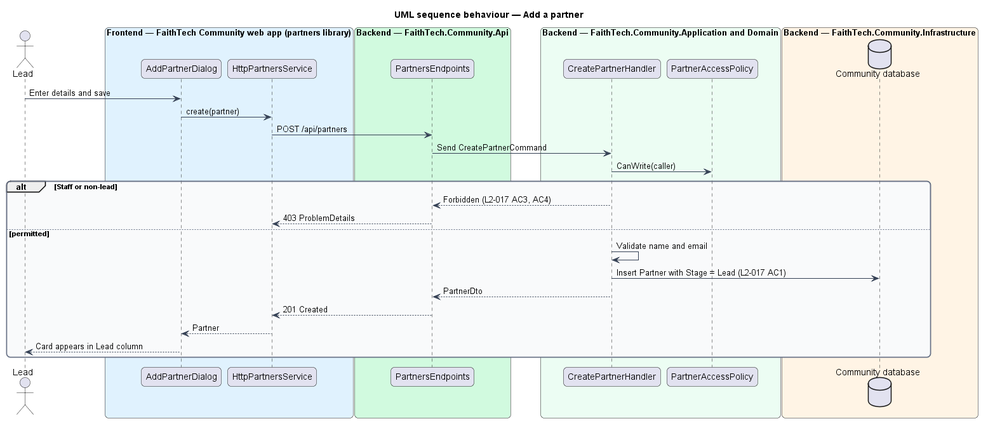
Above: docs/detailed-designs/partners/manage-partners/diagrams/sequence-add-partner.png in QuinntyneBrown/faithtech-community (PlantUML), before the change. The source it was exported from:
```plantuml
@startuml
title UML sequence behaviour — Add a partner
skinparam backgroundColor #FFFFFF
skinparam shadowing false
skinparam roundcorner 12
skinparam defaultFontName Arial
skinparam ArrowColor #344054
skinparam rectangle {
  BorderColor #344054
  FontColor #101828
}
skinparam package {
  BorderColor #667085
  FontColor #101828
  BackgroundColor #F9FAFB
}
actor "Lead" as actor
box "Frontend — FaithTech Community web app (partners library)" #E0F2FE
  participant "AddPartnerDialog" as dlg
  participant "HttpPartnersService" as svc
end box
box "Backend — FaithTech.Community.Api" #D1FADF
  participant "PartnersEndpoints" as ep
end box
box "Backend — FaithTech.Community.Application and Domain" #ECFDF3
  participant "CreatePartnerHandler" as h
  participant "PartnerAccessPolicy" as pol
end box
box "Backend — FaithTech.Community.Infrastructure" #FFF4E5
  database "Community database" as db
end box
actor -> dlg : Enter details and save
dlg -> svc : create(partner)
svc -> ep : POST /api/partners
ep -> h : Send CreatePartnerCommand
h -> pol : CanWrite(caller)
alt Staff or non-lead
  h --> ep : Forbidden (L2-017 AC3, AC4)
  ep --> svc : 403 ProblemDetails
else permitted
  h -> h : Validate name and email
  h -> db : Insert Partner with Stage = Lead (L2-017 AC1)
  h --> ep : PartnerDto
  ep --> svc : 201 Created
  svc --> dlg : Partner
  dlg --> actor : Card appears in Lead column
end
@enduml
```
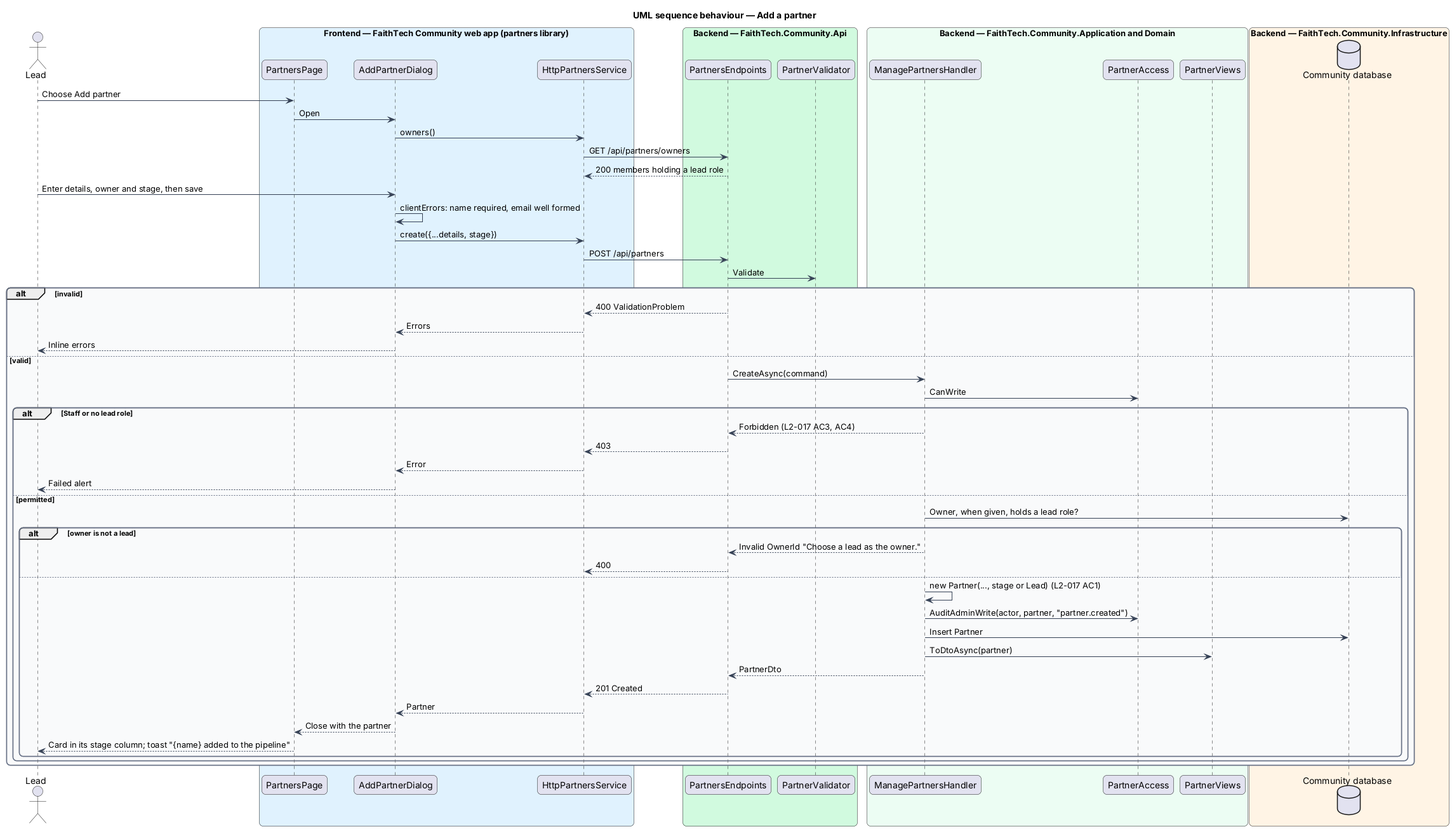
After the commit.

Change to the diagram source:
```diff
@@ -16,33 +16,60 @@
 }
 actor "Lead" as actor
 box "Frontend — FaithTech Community web app (partners library)" #E0F2FE
+  participant "PartnersPage" as board
   participant "AddPartnerDialog" as dlg
   participant "HttpPartnersService" as svc
 end box
 box "Backend — FaithTech.Community.Api" #D1FADF
   participant "PartnersEndpoints" as ep
+  participant "PartnerValidator" as v
 end box
 box "Backend — FaithTech.Community.Application and Domain" #ECFDF3
-  participant "CreatePartnerHandler" as h
-  participant "PartnerAccessPolicy" as pol
+  participant "ManagePartnersHandler" as h
+  participant "PartnerAccess" as acc
+  participant "PartnerViews" as views
 end box
 box "Backend — FaithTech.Community.Infrastructure" #FFF4E5
   database "Community database" as db
 end box
-actor -> dlg : Enter details and save
-dlg -> svc : create(partner)
+actor -> board : Choose Add partner
+board -> dlg : Open
+dlg -> svc : owners()
+svc -> ep : GET /api/partners/owners
+ep --> svc : 200 members holding a lead role
+actor -> dlg : Enter details, owner and stage, then save
+dlg -> dlg : clientErrors: name required, email well formed
+dlg -> svc : create({...details, stage})
 svc -> ep : POST /api/partners
-ep -> h : Send CreatePartnerCommand
-h -> pol : CanWrite(caller)
-alt Staff or non-lead
-  h --> ep : Forbidden (L2-017 AC3, AC4)
-  ep --> svc : 403 ProblemDetails
-else permitted
-  h -> h : Validate name and email
-  h -> db : Insert Partner with Stage = Lead (L2-017 AC1)
-  h --> ep : PartnerDto
-  ep --> svc : 201 Created
-  svc --> dlg : Partner
-  dlg --> actor : Card appears in Lead column
+ep -> v : Validate
+alt invalid
+  ep --> svc : 400 ValidationProblem
+  svc --> dlg : Errors
+  dlg --> actor : Inline errors
+else valid
+  ep -> h : CreateAsync(command)
+  h -> acc : CanWrite
+  alt Staff or no lead role
+    h --> ep : Forbidden (L2-017 AC3, AC4)
+    ep --> svc : 403
+    svc --> dlg : Error
+    dlg --> actor : Failed alert
+  else permitted
+    h -> db : Owner, when given, holds a lead role?
+    alt owner is not a lead
+      h --> ep : Invalid OwnerId "Choose a lead as the owner."
+      ep --> svc : 400
+    else
+      h -> h : new Partner(..., stage or Lead) (L2-017 AC1)
+      h -> acc : AuditAdminWrite(actor, partner, "partner.created")
+      h -> db : Insert Partner
+      h -> views : ToDtoAsync(partner)
+      h --> ep : PartnerDto
+      ep --> svc : 201 Created
+      svc --> dlg : Partner
+      dlg --> board : Close with the partner
+      board --> actor : Card in its stage column; toast "{name} added to the pipeline"
+    end
+  end
 end
 @enduml
```
